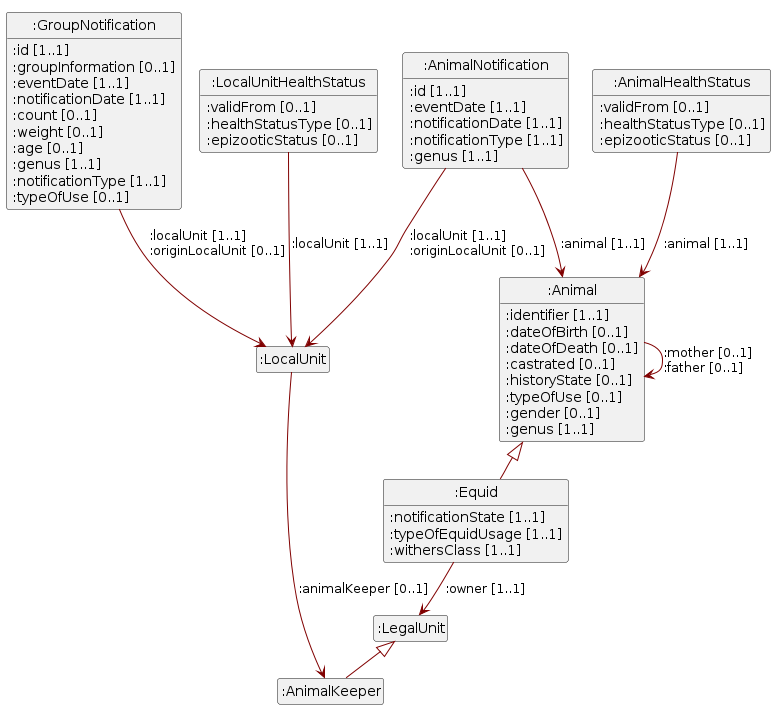
blw-ofag-ufag/eCH-0309 keeps this PlantUML diagram as assets/img/uml.png. Above is the earlier version.
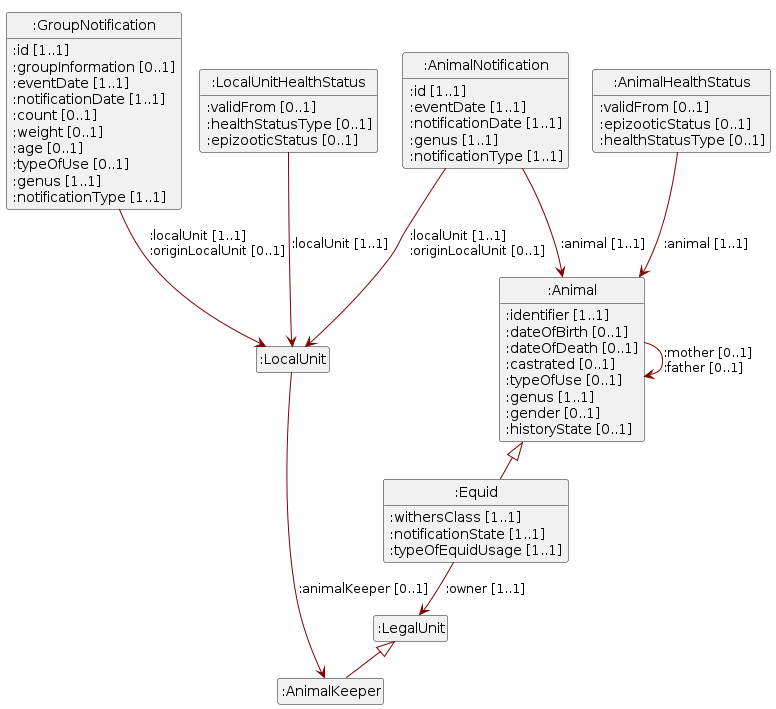
After the commit.

What changed in the source:
```diff
@@ -10,9 +10,9 @@
 set namespaceSeparator none
 Class ":Equid"
 ":Equid" --> ":LegalUnit" : :owner [1..1]
+":Equid" : :withersClass [1..1]
 ":Equid" : :notificationState [1..1]
 ":Equid" : :typeOfEquidUsage [1..1]
-":Equid" : :withersClass [1..1]
 Class ":LegalUnit"
 Class ":GroupNotification"
 ":GroupNotification" : :id [1..1]
@@ -22,10 +22,10 @@
 ":GroupNotification" : :count [0..1]
 ":GroupNotification" : :weight [0..1]
 ":GroupNotification" : :age [0..1]
+":GroupNotification" : :typeOfUse [0..1]
 ":GroupNotification" --> ":LocalUnit" : :localUnit<U+00A0>[1..1]  \l:originLocalUnit<U+00A0>[0..1]
 ":GroupNotification" : :genus [1..1]
 ":GroupNotification" : :notificationType [1..1]
-":GroupNotification" : :typeOfUse [0..1]
 Class ":AnimalKeeper"
 Class ":AnimalNotification"
 ":AnimalNotification" : :id [1..1]
@@ -33,30 +33,30 @@
 ":AnimalNotification" : :notificationDate [1..1]
 ":AnimalNotification" --> ":Animal" : :animal<U+00A0>[1..1]
 ":AnimalNotification" --> ":LocalUnit" : :localUnit<U+00A0>[1..1]  \l:originLocalUnit<U+00A0>[0..1]
+":AnimalNotification" : :genus [1..1]
 ":AnimalNotification" : :notificationType [1..1]
-":AnimalNotification" : :genus [1..1]
 Class ":LocalUnit"
 ":LocalUnit" --> ":AnimalKeeper" : :animalKeeper [0..1]
 Class ":LocalUnitHealthStatus"
 ":LocalUnitHealthStatus" : :validFrom [0..1]
 ":LocalUnitHealthStatus" : :healthStatusType [0..1]
+":LocalUnitHealthStatus" --> ":LocalUnit" : :localUnit<U+00A0>[1..1]
 ":LocalUnitHealthStatus" : :epizooticStatus [0..1]
-":LocalUnitHealthStatus" --> ":LocalUnit" : :localUnit<U+00A0>[1..1]
 Class ":AnimalHealthStatus"
 ":AnimalHealthStatus" : :validFrom [0..1]
 ":AnimalHealthStatus" --> ":Animal" : :animal<U+00A0>[1..1]
+":AnimalHealthStatus" : :epizooticStatus [0..1]
 ":AnimalHealthStatus" : :healthStatusType [0..1]
-":AnimalHealthStatus" : :epizooticStatus [0..1]
 Class ":Animal"
 ":Animal" : :identifier [1..1]
 ":Animal" : :dateOfBirth [0..1]
 ":Animal" : :dateOfDeath [0..1]
 ":Animal" : :castrated [0..1]
+":Animal" : :typeOfUse [0..1]
+":Animal" --> ":Animal" : :mother<U+00A0>[0..1]  \l:father<U+00A0>[0..1]
+":Animal" : :genus [1..1]
+":Animal" : :gender [0..1]
 ":Animal" : :historyState [0..1]
-":Animal" --> ":Animal" : :mother<U+00A0>[0..1]  \l:father<U+00A0>[0..1]
-":Animal" : :typeOfUse [0..1]
-":Animal" : :gender [0..1]
-":Animal" : :genus [1..1]
 ":Animal" <|-- ":Equid"
 ":LegalUnit" <|-- ":AnimalKeeper"
 hide circle
```
